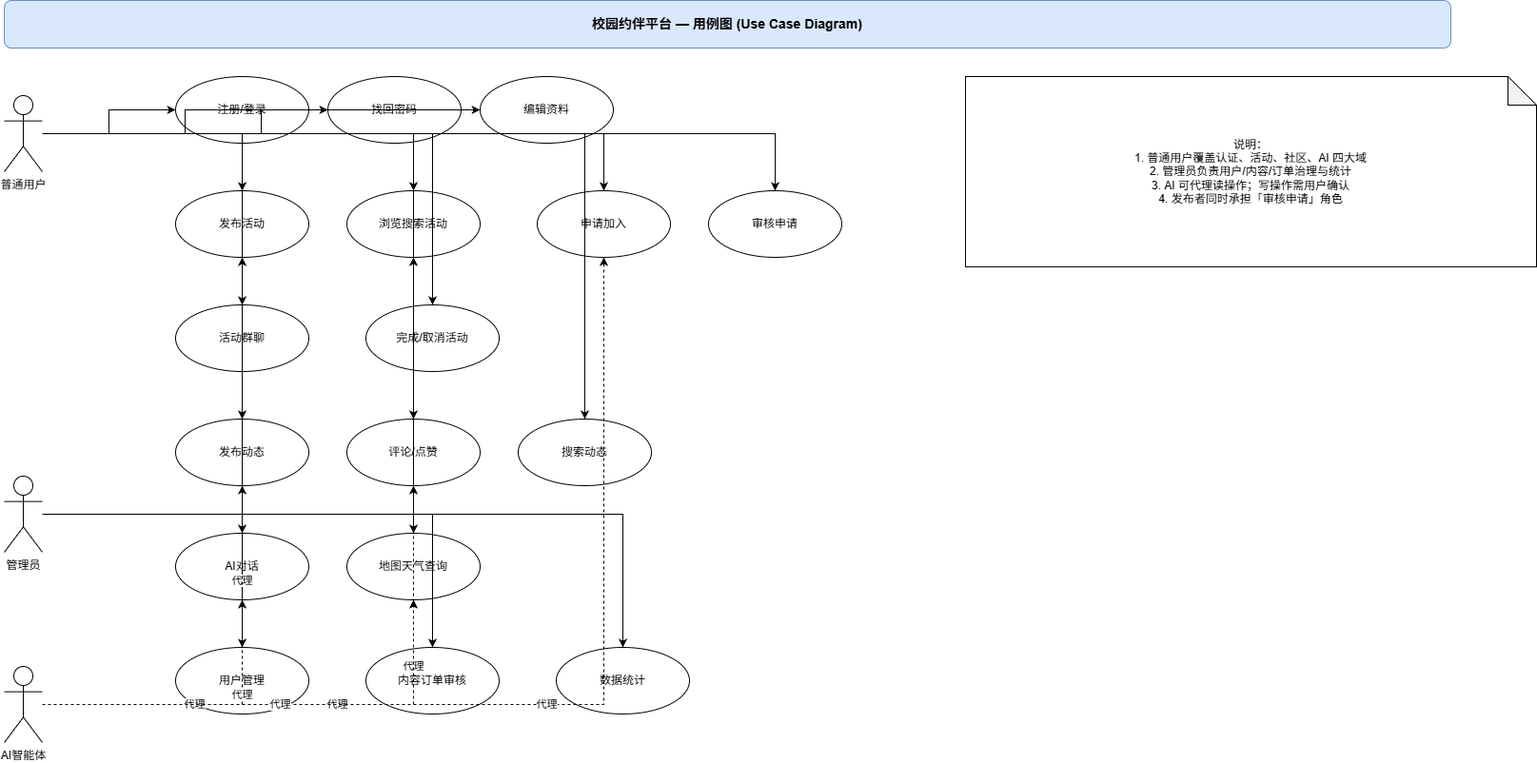
Earlier version of the draw.io export docs/SystemAnalysis/UML示例图(.png格式)/01-用例图.png (GYC-123456789/CampusActivity). Source tidied: cells renumbered, new cells last; positions are measured from the earlier drawing's top-left corner, leaving out a move shared by most shapes. Its diagram source:
```xml
<mxGraphModel>
  <root>
    <mxCell id="0" />
    <mxCell id="1" parent="0" />
    <mxCell id="2" value="校园约伴平台 — 用例图 (Use Case Diagram)" style="rounded=1;whiteSpace=wrap;html=1;fillColor=#dae8fc;strokeColor=#6c8ebf;fontStyle=1;fontSize=14;" parent="1" vertex="1">
      <mxGeometry width="1520" height="50" as="geometry" />
    </mxCell>
    <mxCell id="3" value="普通用户" style="shape=umlActor;verticalLabelPosition=bottom;verticalAlign=top;html=1;outlineConnect=0;" parent="1" vertex="1">
      <mxGeometry y="100" width="40" height="80" as="geometry" />
    </mxCell>
    <mxCell id="4" value="管理员" style="shape=umlActor;verticalLabelPosition=bottom;verticalAlign=top;html=1;outlineConnect=0;" parent="1" vertex="1">
      <mxGeometry y="500" width="40" height="80" as="geometry" />
    </mxCell>
    <mxCell id="5" value="AI智能体" style="shape=umlActor;verticalLabelPosition=bottom;verticalAlign=top;html=1;outlineConnect=0;" parent="1" vertex="1">
      <mxGeometry y="700" width="40" height="80" as="geometry" />
    </mxCell>
    <mxCell id="6" value="注册/登录" style="ellipse;whiteSpace=wrap;html=1;" parent="1" vertex="1">
      <mxGeometry x="180" y="80" width="140" height="70" as="geometry" />
    </mxCell>
    <mxCell id="7" value="找回密码" style="ellipse;whiteSpace=wrap;html=1;" parent="1" vertex="1">
      <mxGeometry x="340" y="80" width="140" height="70" as="geometry" />
    </mxCell>
    <mxCell id="8" value="编辑资料" style="ellipse;whiteSpace=wrap;html=1;" parent="1" vertex="1">
      <mxGeometry x="500" y="80" width="140" height="70" as="geometry" />
    </mxCell>
    <mxCell id="9" value="发布活动" style="ellipse;whiteSpace=wrap;html=1;" parent="1" vertex="1">
      <mxGeometry x="180" y="200" width="140" height="70" as="geometry" />
    </mxCell>
    <mxCell id="10" value="浏览搜索活动" style="ellipse;whiteSpace=wrap;html=1;" parent="1" vertex="1">
      <mxGeometry x="360" y="200" width="140" height="70" as="geometry" />
    </mxCell>
    <mxCell id="11" value="申请加入" style="ellipse;whiteSpace=wrap;html=1;" parent="1" vertex="1">
      <mxGeometry x="560" y="200" width="140" height="70" as="geometry" />
    </mxCell>
    <mxCell id="12" value="审核申请" style="ellipse;whiteSpace=wrap;html=1;" parent="1" vertex="1">
      <mxGeometry x="740" y="200" width="140" height="70" as="geometry" />
    </mxCell>
    <mxCell id="13" value="活动群聊" style="ellipse;whiteSpace=wrap;html=1;" parent="1" vertex="1">
      <mxGeometry x="180" y="320" width="140" height="70" as="geometry" />
    </mxCell>
    <mxCell id="14" value="完成/取消活动" style="ellipse;whiteSpace=wrap;html=1;" parent="1" vertex="1">
      <mxGeometry x="380" y="320" width="140" height="70" as="geometry" />
    </mxCell>
    <mxCell id="15" value="发布动态" style="ellipse;whiteSpace=wrap;html=1;" parent="1" vertex="1">
      <mxGeometry x="180" y="440" width="140" height="70" as="geometry" />
    </mxCell>
    <mxCell id="16" value="评论/点赞" style="ellipse;whiteSpace=wrap;html=1;" parent="1" vertex="1">
      <mxGeometry x="360" y="440" width="140" height="70" as="geometry" />
    </mxCell>
    <mxCell id="17" value="搜索动态" style="ellipse;whiteSpace=wrap;html=1;" parent="1" vertex="1">
      <mxGeometry x="540" y="440" width="140" height="70" as="geometry" />
    </mxCell>
    <mxCell id="18" value="AI对话" style="ellipse;whiteSpace=wrap;html=1;" parent="1" vertex="1">
      <mxGeometry x="180" y="560" width="140" height="70" as="geometry" />
    </mxCell>
    <mxCell id="19" value="地图天气查询" style="ellipse;whiteSpace=wrap;html=1;" parent="1" vertex="1">
      <mxGeometry x="360" y="560" width="140" height="70" as="geometry" />
    </mxCell>
    <mxCell id="20" value="用户管理" style="ellipse;whiteSpace=wrap;html=1;" parent="1" vertex="1">
      <mxGeometry x="180" y="680" width="140" height="70" as="geometry" />
    </mxCell>
    <mxCell id="21" value="内容订单审核" style="ellipse;whiteSpace=wrap;html=1;" parent="1" vertex="1">
      <mxGeometry x="380" y="680" width="140" height="70" as="geometry" />
    </mxCell>
    <mxCell id="22" value="数据统计" style="ellipse;whiteSpace=wrap;html=1;" parent="1" vertex="1">
      <mxGeometry x="580" y="680" width="140" height="70" as="geometry" />
    </mxCell>
    <mxCell id="23" style="edgeStyle=orthogonalEdgeStyle;rounded=0;jettySize=auto;html=1;" parent="1" edge="1" source="3" target="6">
      <mxGeometry relative="1" as="geometry" />
    </mxCell>
    <mxCell id="24" style="edgeStyle=orthogonalEdgeStyle;rounded=0;jettySize=auto;html=1;" parent="1" edge="1" source="3" target="7">
      <mxGeometry relative="1" as="geometry" />
    </mxCell>
    <mxCell id="25" style="edgeStyle=orthogonalEdgeStyle;rounded=0;jettySize=auto;html=1;" parent="1" edge="1" source="3" target="8">
      <mxGeometry relative="1" as="geometry" />
    </mxCell>
    <mxCell id="26" style="edgeStyle=orthogonalEdgeStyle;rounded=0;jettySize=auto;html=1;" parent="1" edge="1" source="3" target="9">
      <mxGeometry relative="1" as="geometry" />
    </mxCell>
    <mxCell id="27" style="edgeStyle=orthogonalEdgeStyle;rounded=0;jettySize=auto;html=1;" parent="1" edge="1" source="3" target="10">
      <mxGeometry relative="1" as="geometry" />
    </mxCell>
    <mxCell id="28" style="edgeStyle=orthogonalEdgeStyle;rounded=0;jettySize=auto;html=1;" parent="1" edge="1" source="3" target="11">
      <mxGeometry relative="1" as="geometry" />
    </mxCell>
    <mxCell id="29" style="edgeStyle=orthogonalEdgeStyle;rounded=0;jettySize=auto;html=1;" parent="1" edge="1" source="3" target="12">
      <mxGeometry relative="1" as="geometry" />
    </mxCell>
    <mxCell id="30" style="edgeStyle=orthogonalEdgeStyle;rounded=0;jettySize=auto;html=1;" parent="1" edge="1" source="3" target="12">
      <mxGeometry relative="1" as="geometry" />
    </mxCell>
    <mxCell id="31" style="edgeStyle=orthogonalEdgeStyle;rounded=0;jettySize=auto;html=1;" parent="1" edge="1" source="3" target="13">
      <mxGeometry relative="1" as="geometry" />
    </mxCell>
    <mxCell id="32" style="edgeStyle=orthogonalEdgeStyle;rounded=0;jettySize=auto;html=1;" parent="1" edge="1" source="3" target="14">
      <mxGeometry relative="1" as="geometry" />
    </mxCell>
    <mxCell id="33" style="edgeStyle=orthogonalEdgeStyle;rounded=0;jettySize=auto;html=1;" parent="1" edge="1" source="3" target="15">
      <mxGeometry relative="1" as="geometry" />
    </mxCell>
    <mxCell id="34" style="edgeStyle=orthogonalEdgeStyle;rounded=0;jettySize=auto;html=1;" parent="1" edge="1" source="3" target="16">
      <mxGeometry relative="1" as="geometry" />
    </mxCell>
    <mxCell id="35" style="edgeStyle=orthogonalEdgeStyle;rounded=0;jettySize=auto;html=1;" parent="1" edge="1" source="3" target="17">
      <mxGeometry relative="1" as="geometry" />
    </mxCell>
    <mxCell id="36" style="edgeStyle=orthogonalEdgeStyle;rounded=0;jettySize=auto;html=1;" parent="1" edge="1" source="3" target="18">
      <mxGeometry relative="1" as="geometry" />
    </mxCell>
    <mxCell id="37" value="代理" style="edgeStyle=orthogonalEdgeStyle;rounded=0;jettySize=auto;html=1;dashed=1;" parent="1" edge="1" source="5" target="18">
      <mxGeometry relative="1" as="geometry" />
    </mxCell>
    <mxCell id="38" style="edgeStyle=orthogonalEdgeStyle;rounded=0;jettySize=auto;html=1;" parent="1" edge="1" source="3" target="19">
      <mxGeometry relative="1" as="geometry" />
    </mxCell>
    <mxCell id="39" value="代理" style="edgeStyle=orthogonalEdgeStyle;rounded=0;jettySize=auto;html=1;dashed=1;" parent="1" edge="1" source="5" target="19">
      <mxGeometry relative="1" as="geometry" />
    </mxCell>
    <mxCell id="40" style="edgeStyle=orthogonalEdgeStyle;rounded=0;jettySize=auto;html=1;" parent="1" edge="1" source="4" target="20">
      <mxGeometry relative="1" as="geometry" />
    </mxCell>
    <mxCell id="41" style="edgeStyle=orthogonalEdgeStyle;rounded=0;jettySize=auto;html=1;" parent="1" edge="1" source="4" target="21">
      <mxGeometry relative="1" as="geometry" />
    </mxCell>
    <mxCell id="42" style="edgeStyle=orthogonalEdgeStyle;rounded=0;jettySize=auto;html=1;" parent="1" edge="1" source="4" target="22">
      <mxGeometry relative="1" as="geometry" />
    </mxCell>
    <mxCell id="43" value="代理" style="edgeStyle=orthogonalEdgeStyle;rounded=0;jettySize=auto;html=1;dashed=1;" parent="1" edge="1" source="5" target="9">
      <mxGeometry relative="1" as="geometry" />
    </mxCell>
    <mxCell id="44" value="代理" style="edgeStyle=orthogonalEdgeStyle;rounded=0;jettySize=auto;html=1;dashed=1;" parent="1" edge="1" source="5" target="10">
      <mxGeometry relative="1" as="geometry" />
    </mxCell>
    <mxCell id="45" value="代理" style="edgeStyle=orthogonalEdgeStyle;rounded=0;jettySize=auto;html=1;dashed=1;" parent="1" edge="1" source="5" target="11">
      <mxGeometry relative="1" as="geometry" />
    </mxCell>
    <mxCell id="46" value="代理" style="edgeStyle=orthogonalEdgeStyle;rounded=0;jettySize=auto;html=1;dashed=1;" parent="1" edge="1" source="5" target="15">
      <mxGeometry relative="1" as="geometry" />
    </mxCell>
    <mxCell id="47" value="代理" style="edgeStyle=orthogonalEdgeStyle;rounded=0;jettySize=auto;html=1;dashed=1;" parent="1" edge="1" source="5" target="16">
      <mxGeometry relative="1" as="geometry" />
    </mxCell>
    <mxCell id="48" value="代理" style="edgeStyle=orthogonalEdgeStyle;rounded=0;jettySize=auto;html=1;dashed=1;" parent="1" edge="1" source="5" target="19">
      <mxGeometry relative="1" as="geometry" />
    </mxCell>
    <mxCell id="49" value="说明：&#10;1. 普通用户覆盖认证、活动、社区、AI 四大域&#10;2. 管理员负责用户/内容/订单治理与统计&#10;3. AI 可代理读操作；写操作需用户确认&#10;4. 发布者同时承担「审核申请」角色" style="rounded=1;whiteSpace=wrap;html=1;shape=note;whiteSpace=wrap;html=1;backgroundOutline=1;darkOpacity=0.05;" parent="1" vertex="1">
      <mxGeometry x="1010" y="80" width="600" height="200" as="geometry" />
    </mxCell>
  </root>
</mxGraphModel>
```
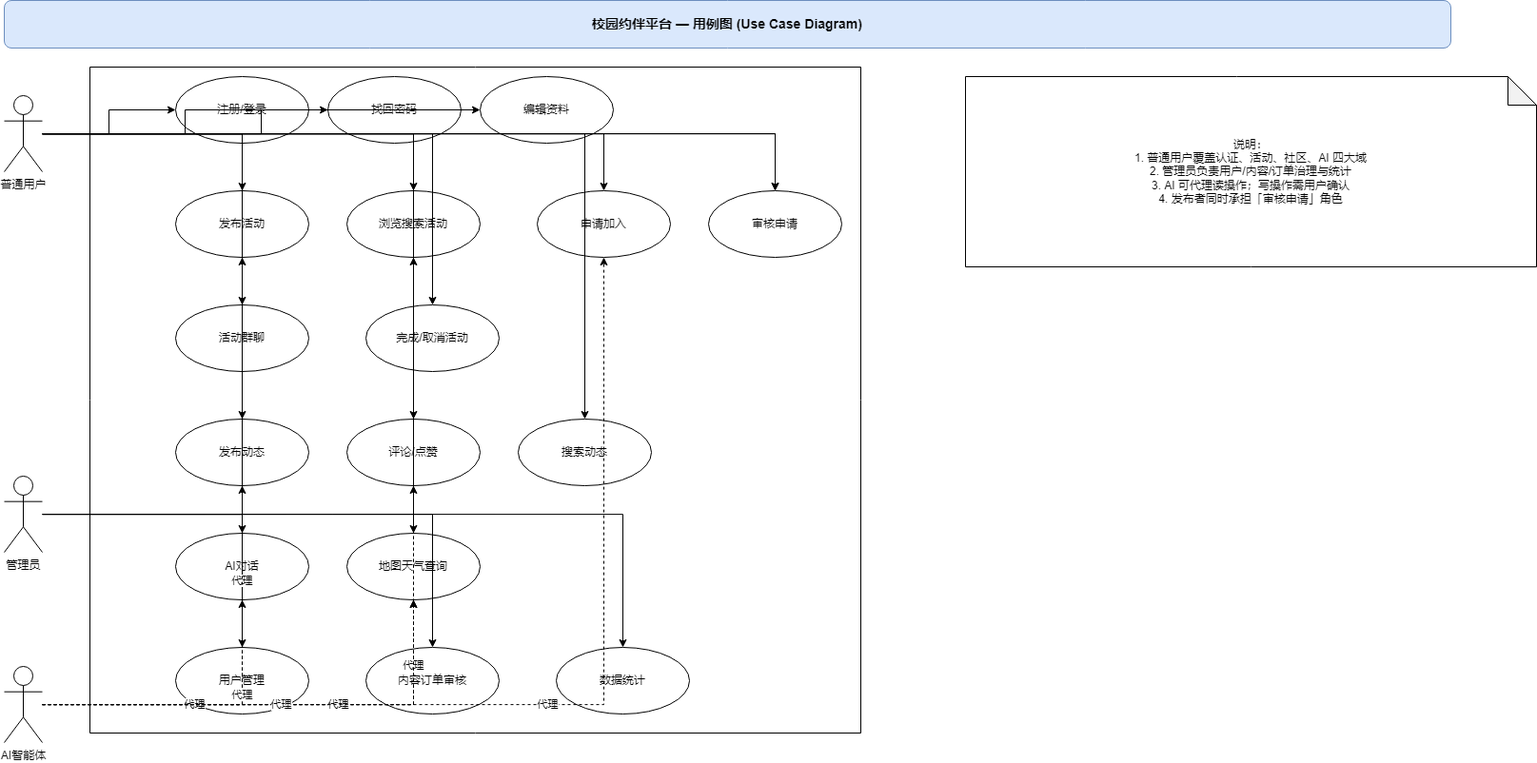
The same file after the commit.

Commit message:
修改UML用例图

Change to the diagram source:
```diff
@@ -2,6 +2,9 @@
   <root>
     <mxCell id="0" />
     <mxCell id="1" parent="0" />
+    <mxCell id="50" style="verticalLabelPosition=bottom;verticalAlign=top;html=1;shape=mxgraph.basic.rect;fillColor2=none;strokeWidth=1;size=20;indent=5;shadow=0;" parent="1" vertex="1">
+      <mxGeometry x="90" y="70" width="810" height="700" as="geometry" />
+    </mxCell>
     <mxCell id="2" value="校园约伴平台 — 用例图 (Use Case Diagram)" style="rounded=1;whiteSpace=wrap;html=1;fillColor=#dae8fc;strokeColor=#6c8ebf;fontStyle=1;fontSize=14;" parent="1" vertex="1">
       <mxGeometry width="1520" height="50" as="geometry" />
     </mxCell>
```
